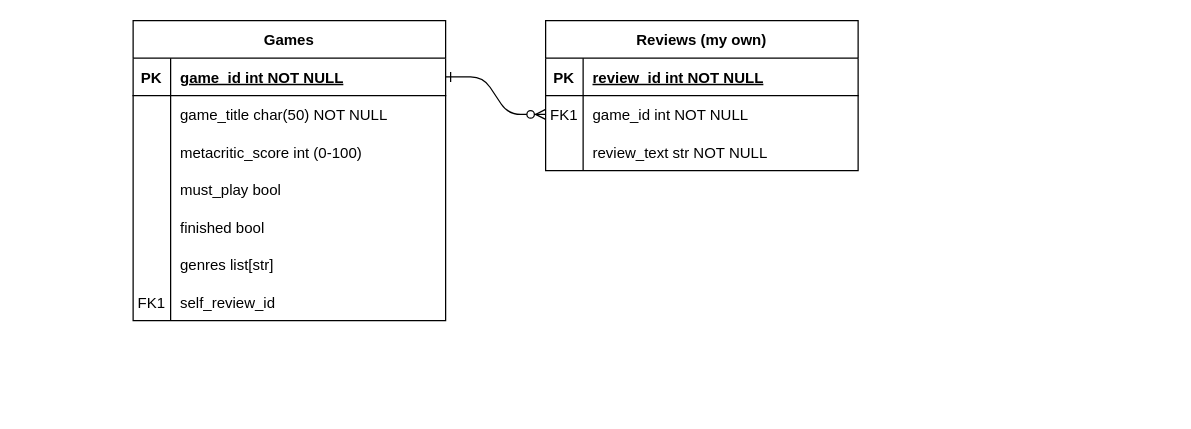
FernandesMF/game-sorter keeps this draw.io diagram as db_relations.drawio. Above is the earlier version. Source tidied: cells renumbered, new cells numbered last; positions are measured from the earlier drawing's top-left corner, leaving out a move shared by most shapes. Both pictures are drawn from the tidied source at 125%, with x=0, y=0 at pixel (132, 20).
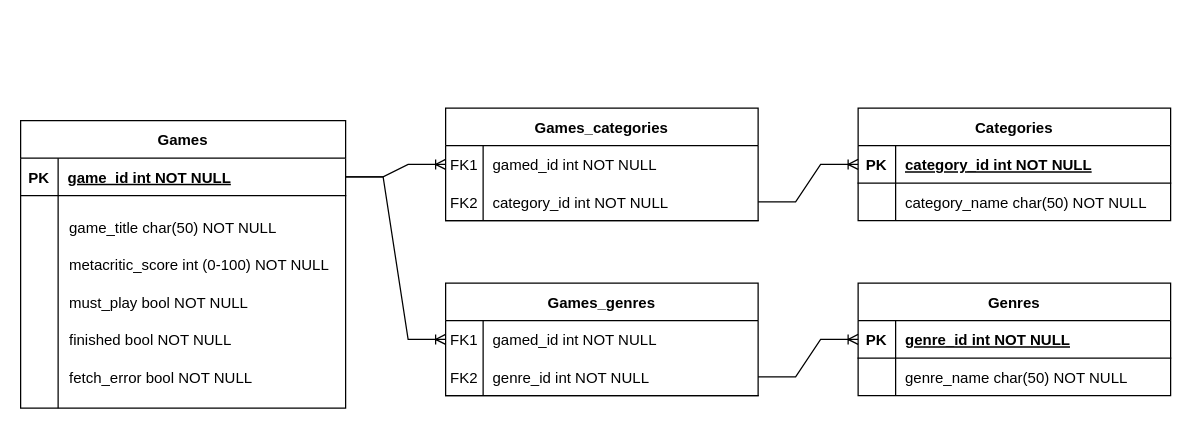
The same page after the edit.

What changed in the source:
```diff
@@
-    <mxCell id="2" style="edgeStyle=entityRelationEdgeStyle;endArrow=ERzeroToMany;startArrow=ERone;endFill=1;startFill=0;entryX=0;entryY=0.5;entryDx=0;entryDy=0;" parent="1" edge="1" source="14" target="7">
-      <mxGeometry relative="1" as="geometry" />
-    </mxCell>
-    <mxCell id="3" value="Reviews (my own)" style="shape=table;startSize=30;childLayout=tableLayout;rowLines=0;fontStyle=1;align=center;" parent="1" vertex="1">
-      <mxGeometry x="330" width="250" height="120" as="geometry" />
-    </mxCell>
-    <mxCell id="4" style="shape=partialRectangle;fillColor=none;top=0;left=0;right=0;bottom=1;" parent="3" vertex="1">
-      <mxGeometry y="30" width="250" height="30" as="geometry" />
-    </mxCell>
-    <mxCell id="5" value="PK" style="shape=partialRectangle;overflow=hidden;fillColor=none;top=0;left=0;bottom=0;right=0;fontStyle=1;" parent="4" vertex="1">
-      <mxGeometry width="30" height="30" as="geometry" />
-    </mxCell>
-    <mxCell id="6" value="review_id int NOT NULL " style="shape=partialRectangle;overflow=hidden;fillColor=none;top=0;left=0;bottom=0;right=0;align=left;spacingLeft=6;fontStyle=5;" parent="4" vertex="1">
-      <mxGeometry x="30" width="220" height="30" as="geometry" />
-    </mxCell>
-    <mxCell id="7" style="shape=partialRectangle;fillColor=none;points=[[0,0.5],[1,0.5]];portConstraint=eastwest;top=0;left=0;right=0;bottom=0;" parent="3" vertex="1">
-      <mxGeometry y="60" width="250" height="30" as="geometry" />
-    </mxCell>
-    <mxCell id="8" value="FK1" style="shape=partialRectangle;overflow=hidden;fillColor=none;top=0;left=0;bottom=0;right=0;" parent="7" vertex="1">
-      <mxGeometry width="30" height="30" as="geometry" />
-    </mxCell>
-    <mxCell id="9" value="game_id int NOT NULL" style="shape=partialRectangle;overflow=hidden;fillColor=none;top=0;left=0;bottom=0;right=0;align=left;spacingLeft=6;" parent="7" vertex="1">
-      <mxGeometry x="30" width="220" height="30" as="geometry" />
-    </mxCell>
-    <mxCell id="10" style="shape=partialRectangle;fillColor=none;top=0;left=0;right=0;bottom=0;" parent="3" vertex="1">
-      <mxGeometry y="90" width="250" height="30" as="geometry" />
-    </mxCell>
-    <mxCell id="11" style="shape=partialRectangle;overflow=hidden;fillColor=none;top=0;left=0;bottom=0;right=0;" parent="10" vertex="1">
-      <mxGeometry width="30" height="30" as="geometry" />
-    </mxCell>
-    <mxCell id="12" value="review_text str NOT NULL" style="shape=partialRectangle;overflow=hidden;fillColor=none;top=0;left=0;bottom=0;right=0;align=left;spacingLeft=6;" parent="10" vertex="1">
-      <mxGeometry x="30" width="220" height="30" as="geometry" />
-    </mxCell>
+    <mxCell id="28" style="group;" parent="1" vertex="1">
+      <mxGeometry x="-90" y="80" width="260" height="220" as="geometry" />
+    </mxCell>
-    <mxCell id="13" value="Games" style="shape=table;startSize=30;childLayout=tableLayout;rowLines=0;fontStyle=1;align=center;" parent="1" vertex="1">
-      <mxGeometry width="250" height="240" as="geometry" />
+    <mxCell id="13" value="Games" style="shape=table;startSize=30;childLayout=tableLayout;rowLines=0;fontStyle=1;align=center;" parent="28" vertex="1">
+      <mxGeometry width="260" height="230" as="geometry" />
     </mxCell>
     <mxCell id="14" style="shape=partialRectangle;fillColor=none;points=[[0,0.5],[1,0.5]];portConstraint=eastwest;top=0;left=0;right=0;bottom=1;" parent="13" vertex="1">
-      <mxGeometry y="30" width="250" height="30" as="geometry" />
+      <mxGeometry y="30" width="260" height="30" as="geometry" />
     </mxCell>
@@
     <mxCell id="16" value="game_id int NOT NULL " style="shape=partialRectangle;overflow=hidden;fillColor=none;top=0;left=0;bottom=0;right=0;align=left;spacingLeft=6;fontStyle=5;" parent="14" vertex="1">
-      <mxGeometry x="30" width="220" height="30" as="geometry" />
+      <mxGeometry x="30" width="230" height="30" as="geometry" />
     </mxCell>
     <mxCell id="17" style="shape=partialRectangle;fillColor=none;top=0;left=0;right=0;bottom=0;" parent="13" vertex="1">
-      <mxGeometry y="60" width="250" height="180" as="geometry" />
+      <mxGeometry y="60" width="260" height="170" as="geometry" />
     </mxCell>
     <mxCell id="18" style="shape=partialRectangle;overflow=hidden;fillColor=none;top=0;left=0;bottom=0;right=0;" parent="17" vertex="1">
-      <mxGeometry width="30" height="180" as="geometry" />
+      <mxGeometry width="30" height="170" as="geometry" />
     </mxCell>
     <mxCell id="19" style="shape=partialRectangle;overflow=hidden;fillColor=none;top=0;left=0;bottom=0;right=0;align=left;spacingLeft=6;" parent="17" vertex="1">
-      <mxGeometry x="30" width="220" height="180" as="geometry" />
+      <mxGeometry x="30" width="230" height="170" as="geometry" />
     </mxCell>
-    <mxCell id="20" style="shape=partialRectangle;overflow=hidden;fillColor=none;top=0;left=0;bottom=0;right=0;" parent="1" vertex="1">
-      <mxGeometry y="90" width="30" height="30" as="geometry" />
-    </mxCell>
-    <mxCell id="21" value="game_title char(50) NOT NULL" style="shape=partialRectangle;overflow=hidden;fillColor=none;top=0;left=0;bottom=0;right=0;align=left;spacingLeft=6;" parent="1" vertex="1">
-      <mxGeometry x="30" y="60" width="220" height="30" as="geometry" />
+    <mxCell id="21" value="game_title char(50) NOT NULL" style="shape=partialRectangle;overflow=hidden;fillColor=none;top=0;left=0;bottom=0;right=0;align=left;spacingLeft=6;" parent="28" vertex="1">
+      <mxGeometry x="31.2" y="70" width="228.8" height="30" as="geometry" />
     </mxCell>
+    <mxCell id="23" value="must_play bool NOT NULL" style="shape=partialRectangle;overflow=hidden;fillColor=none;top=0;left=0;bottom=0;right=0;align=left;spacingLeft=6;" parent="28" vertex="1">
+      <mxGeometry x="31.2" y="130" width="228.8" height="30" as="geometry" />
+    </mxCell>
-    <mxCell id="22" value="metacritic_score int (0-100)" style="shape=partialRectangle;overflow=hidden;fillColor=none;top=0;left=0;bottom=0;right=0;align=left;spacingLeft=6;" parent="1" vertex="1">
-      <mxGeometry x="30" y="90" width="220" height="30" as="geometry" />
+    <mxCell id="22" value="metacritic_score int (0-100) NOT NULL" style="shape=partialRectangle;overflow=hidden;fillColor=none;top=0;left=0;bottom=0;right=0;align=left;spacingLeft=6;" parent="28" vertex="1">
+      <mxGeometry x="31.2" y="100" width="228.8" height="30" as="geometry" />
     </mxCell>
-    <mxCell id="23" value="must_play bool" style="shape=partialRectangle;overflow=hidden;fillColor=none;top=0;left=0;bottom=0;right=0;align=left;spacingLeft=6;" parent="1" vertex="1">
-      <mxGeometry x="30" y="120" width="220" height="30" as="geometry" />
-    </mxCell>
-    <mxCell id="24" value="finished bool" style="shape=partialRectangle;overflow=hidden;fillColor=none;top=0;left=0;bottom=0;right=0;align=left;spacingLeft=6;" parent="1" vertex="1">
-      <mxGeometry x="30" y="150" width="220" height="30" as="geometry" />
+    <mxCell id="24" value="finished bool NOT NULL" style="shape=partialRectangle;overflow=hidden;fillColor=none;top=0;left=0;bottom=0;right=0;align=left;spacingLeft=6;" parent="28" vertex="1">
+      <mxGeometry x="31.2" y="160" width="228.8" height="30" as="geometry" />
     </mxCell>
-    <mxCell id="25" value="genres list[str]" style="shape=partialRectangle;overflow=hidden;fillColor=none;top=0;left=0;bottom=0;right=0;align=left;spacingLeft=6;" parent="1" vertex="1">
-      <mxGeometry x="30" y="180" width="220" height="30" as="geometry" />
-    </mxCell>
-    <mxCell id="26" value="self_review_id " style="shape=partialRectangle;overflow=hidden;fillColor=none;top=0;left=0;bottom=0;right=0;align=left;spacingLeft=6;" parent="1" vertex="1">
-      <mxGeometry x="30" y="210" width="220" height="30" as="geometry" />
-    </mxCell>
-    <mxCell id="27" value="FK1" style="shape=partialRectangle;overflow=hidden;fillColor=none;top=0;left=0;bottom=0;right=0;fontStyle=0;" parent="1" vertex="1">
-      <mxGeometry y="210" width="30" height="30" as="geometry" />
-    </mxCell>
+    <mxCell id="29" value="fetch_error bool NOT NULL" style="shape=partialRectangle;overflow=hidden;fillColor=none;top=0;left=0;bottom=0;right=0;align=left;spacingLeft=6;" parent="28" vertex="1">
+      <mxGeometry x="31.2" y="190" width="228.8" height="30" as="geometry" />
+    </mxCell>
+    <mxCell id="30" style="group;" parent="1" vertex="1">
+      <mxGeometry x="590" y="70" width="250" height="240" as="geometry" />
+    </mxCell>
+    <mxCell id="31" style="group;" parent="30" vertex="1">
+      <mxGeometry x="-10" width="250" height="110" as="geometry" />
+    </mxCell>
+    <mxCell id="32" value="Categories" style="shape=table;startSize=30;childLayout=tableLayout;rowLines=0;fontStyle=1;align=center;" parent="31" vertex="1">
+      <mxGeometry width="250" height="90" as="geometry" />
+    </mxCell>
+    <mxCell id="33" style="shape=partialRectangle;fillColor=none;points=[[0,0.5],[1,0.5]];portConstraint=eastwest;top=0;left=0;right=0;bottom=1;" parent="32" vertex="1">
+      <mxGeometry y="30" width="250" height="30" as="geometry" />
+    </mxCell>
+    <mxCell id="34" value="PK" style="shape=partialRectangle;overflow=hidden;fillColor=none;top=0;left=0;bottom=0;right=0;fontStyle=1;" parent="33" vertex="1">
+      <mxGeometry width="30" height="30" as="geometry" />
+    </mxCell>
+    <mxCell id="35" value="category_id int NOT NULL " style="shape=partialRectangle;overflow=hidden;fillColor=none;top=0;left=0;bottom=0;right=0;align=left;spacingLeft=6;fontStyle=5;" parent="33" vertex="1">
+      <mxGeometry x="30" width="220" height="30" as="geometry" />
+    </mxCell>
+    <mxCell id="36" style="shape=partialRectangle;fillColor=none;top=0;left=0;right=0;bottom=0;" parent="32" vertex="1">
+      <mxGeometry y="60" width="250" height="30" as="geometry" />
+    </mxCell>
+    <mxCell id="37" style="shape=partialRectangle;overflow=hidden;fillColor=none;top=0;left=0;bottom=0;right=0;" parent="36" vertex="1">
+      <mxGeometry width="30" height="30" as="geometry" />
+    </mxCell>
+    <mxCell id="38" style="shape=partialRectangle;overflow=hidden;fillColor=none;top=0;left=0;bottom=0;right=0;align=left;spacingLeft=6;" parent="36" vertex="1">
+      <mxGeometry x="30" width="220" height="30" as="geometry" />
+    </mxCell>
+    <mxCell id="39" style="shape=partialRectangle;overflow=hidden;fillColor=none;top=0;left=0;bottom=0;right=0;" parent="31" vertex="1">
+      <mxGeometry y="80" width="30" height="30" as="geometry" />
+    </mxCell>
+    <mxCell id="40" value="category_name char(50) NOT NULL" style="shape=partialRectangle;overflow=hidden;fillColor=none;top=0;left=0;bottom=0;right=0;align=left;spacingLeft=6;" parent="31" vertex="1">
+      <mxGeometry x="30" y="60" width="220" height="30" as="geometry" />
+    </mxCell>
+    <mxCell id="41" style="shape=partialRectangle;overflow=hidden;fillColor=none;top=0;left=0;bottom=0;right=0;" parent="1" vertex="1">
+      <mxGeometry x="600" y="160" width="30" height="30" as="geometry" />
+    </mxCell>
+    <mxCell id="42" style="group;" parent="1" vertex="1">
+      <mxGeometry x="250" y="210" width="250" height="90" as="geometry" />
+    </mxCell>
+    <mxCell id="43" value="Games_genres" style="shape=table;startSize=30;childLayout=tableLayout;rowLines=0;fontStyle=1;align=center;" parent="42" vertex="1">
+      <mxGeometry width="250" height="90" as="geometry" />
+    </mxCell>
+    <mxCell id="44" style="shape=partialRectangle;fillColor=none;top=0;left=0;right=0;bottom=1;" parent="43" vertex="1">
+      <mxGeometry y="30" width="250" height="60" as="geometry" />
+    </mxCell>
+    <mxCell id="45" style="shape=partialRectangle;overflow=hidden;fillColor=none;top=0;left=0;bottom=0;right=0;fontStyle=1;" parent="44" vertex="1">
+      <mxGeometry width="30" height="60" as="geometry" />
+    </mxCell>
+    <mxCell id="46" style="shape=partialRectangle;overflow=hidden;fillColor=none;top=0;left=0;bottom=0;right=0;align=left;spacingLeft=6;fontStyle=5;" parent="44" vertex="1">
+      <mxGeometry x="30" width="220" height="60" as="geometry" />
+    </mxCell>
+    <mxCell id="47" value="genre_id int NOT NULL" style="shape=partialRectangle;overflow=hidden;fillColor=none;top=0;left=0;bottom=0;right=0;align=left;spacingLeft=6;" parent="42" vertex="1">
+      <mxGeometry x="30" y="60" width="220" height="30" as="geometry" />
+    </mxCell>
+    <mxCell id="48" value="FK2" style="shape=partialRectangle;overflow=hidden;fillColor=none;top=0;left=0;bottom=0;right=0;fontStyle=0;" parent="42" vertex="1">
+      <mxGeometry y="60" width="30" height="30" as="geometry" />
+    </mxCell>
+    <mxCell id="49" value="gamed_id int NOT NULL" style="shape=partialRectangle;overflow=hidden;fillColor=none;top=0;left=0;bottom=0;right=0;align=left;spacingLeft=6;" parent="42" vertex="1">
+      <mxGeometry x="30" y="30" width="220" height="30" as="geometry" />
+    </mxCell>
+    <mxCell id="50" value="FK1" style="shape=partialRectangle;overflow=hidden;fillColor=none;top=0;left=0;bottom=0;right=0;fontStyle=0;" parent="42" vertex="1">
+      <mxGeometry y="30" width="30" height="30" as="geometry" />
+    </mxCell>
+    <mxCell id="51" style="group;" parent="1" vertex="1">
+      <mxGeometry x="580" y="210" width="250" height="90" as="geometry" />
+    </mxCell>
+    <mxCell id="52" value="Genres" style="shape=table;startSize=30;childLayout=tableLayout;rowLines=0;fontStyle=1;align=center;" parent="51" vertex="1">
+      <mxGeometry width="250" height="90" as="geometry" />
+    </mxCell>
+    <mxCell id="53" style="shape=partialRectangle;fillColor=none;points=[[0,0.5],[1,0.5]];portConstraint=eastwest;top=0;left=0;right=0;bottom=1;" parent="52" vertex="1">
+      <mxGeometry y="30" width="250" height="30" as="geometry" />
+    </mxCell>
+    <mxCell id="54" value="PK" style="shape=partialRectangle;overflow=hidden;fillColor=none;top=0;left=0;bottom=0;right=0;fontStyle=1;" parent="53" vertex="1">
+      <mxGeometry width="30" height="30" as="geometry" />
+    </mxCell>
+    <mxCell id="55" value="genre_id int NOT NULL " style="shape=partialRectangle;overflow=hidden;fillColor=none;top=0;left=0;bottom=0;right=0;align=left;spacingLeft=6;fontStyle=5;" parent="53" vertex="1">
+      <mxGeometry x="30" width="220" height="30" as="geometry" />
+    </mxCell>
+    <mxCell id="56" style="shape=partialRectangle;fillColor=none;top=0;left=0;right=0;bottom=0;" parent="52" vertex="1">
+      <mxGeometry y="60" width="250" height="30" as="geometry" />
+    </mxCell>
+    <mxCell id="57" style="shape=partialRectangle;overflow=hidden;fillColor=none;top=0;left=0;bottom=0;right=0;" parent="56" vertex="1">
+      <mxGeometry width="30" height="30" as="geometry" />
+    </mxCell>
+    <mxCell id="58" style="shape=partialRectangle;overflow=hidden;fillColor=none;top=0;left=0;bottom=0;right=0;align=left;spacingLeft=6;" parent="56" vertex="1">
+      <mxGeometry x="30" width="220" height="30" as="geometry" />
+    </mxCell>
+    <mxCell id="59" value="genre_name char(50) NOT NULL" style="shape=partialRectangle;overflow=hidden;fillColor=none;top=0;left=0;bottom=0;right=0;align=left;spacingLeft=6;" parent="51" vertex="1">
+      <mxGeometry x="30" y="60" width="220" height="30" as="geometry" />
+    </mxCell>
+    <mxCell id="60" style="edgeStyle=entityRelationEdgeStyle;fontSize=12;html=1;endArrow=ERoneToMany;rounded=0;exitX=1;exitY=0.5;exitDx=0;exitDy=0;entryX=0;entryY=0.5;entryDx=0;entryDy=0;" parent="1" edge="1" source="14" target="69">
+      <mxGeometry relative="1" as="geometry" />
+    </mxCell>
+    <mxCell id="61" style="group;" parent="1" vertex="1">
+      <mxGeometry x="250" y="70" width="250" height="90" as="geometry" />
+    </mxCell>
+    <mxCell id="62" value="Games_categories" style="shape=table;startSize=30;childLayout=tableLayout;rowLines=0;fontStyle=1;align=center;" parent="61" vertex="1">
+      <mxGeometry width="250" height="90" as="geometry" />
+    </mxCell>
+    <mxCell id="63" style="shape=partialRectangle;fillColor=none;top=0;left=0;right=0;bottom=1;" parent="62" vertex="1">
+      <mxGeometry y="30" width="250" height="60" as="geometry" />
+    </mxCell>
+    <mxCell id="64" style="shape=partialRectangle;overflow=hidden;fillColor=none;top=0;left=0;bottom=0;right=0;fontStyle=1;" parent="63" vertex="1">
+      <mxGeometry width="30" height="60" as="geometry" />
+    </mxCell>
+    <mxCell id="65" style="shape=partialRectangle;overflow=hidden;fillColor=none;top=0;left=0;bottom=0;right=0;align=left;spacingLeft=6;fontStyle=5;" parent="63" vertex="1">
+      <mxGeometry x="30" width="220" height="60" as="geometry" />
+    </mxCell>
+    <mxCell id="66" value="category_id int NOT NULL" style="shape=partialRectangle;overflow=hidden;fillColor=none;top=0;left=0;bottom=0;right=0;align=left;spacingLeft=6;" parent="61" vertex="1">
+      <mxGeometry x="30" y="60" width="220" height="30" as="geometry" />
+    </mxCell>
+    <mxCell id="67" value="FK2" style="shape=partialRectangle;overflow=hidden;fillColor=none;top=0;left=0;bottom=0;right=0;fontStyle=0;" parent="61" vertex="1">
+      <mxGeometry y="60" width="30" height="30" as="geometry" />
+    </mxCell>
+    <mxCell id="68" value="gamed_id int NOT NULL" style="shape=partialRectangle;overflow=hidden;fillColor=none;top=0;left=0;bottom=0;right=0;align=left;spacingLeft=6;" parent="61" vertex="1">
+      <mxGeometry x="30" y="30" width="220" height="30" as="geometry" />
+    </mxCell>
+    <mxCell id="69" value="FK1" style="shape=partialRectangle;overflow=hidden;fillColor=none;top=0;left=0;bottom=0;right=0;fontStyle=0;" parent="61" vertex="1">
+      <mxGeometry y="30" width="30" height="30" as="geometry" />
+    </mxCell>
+    <mxCell id="70" style="edgeStyle=entityRelationEdgeStyle;fontSize=12;html=1;endArrow=ERoneToMany;rounded=0;exitX=1;exitY=0.5;exitDx=0;exitDy=0;entryX=0;entryY=0.5;entryDx=0;entryDy=0;" parent="1" edge="1" source="66" target="33">
+      <mxGeometry relative="1" as="geometry" />
+    </mxCell>
+    <mxCell id="71" style="edgeStyle=entityRelationEdgeStyle;fontSize=12;html=1;endArrow=ERoneToMany;rounded=0;exitX=1;exitY=0.5;exitDx=0;exitDy=0;entryX=0;entryY=0.5;entryDx=0;entryDy=0;" parent="1" edge="1" source="14" target="50">
+      <mxGeometry relative="1" as="geometry" />
+    </mxCell>
+    <mxCell id="72" style="edgeStyle=entityRelationEdgeStyle;fontSize=12;html=1;endArrow=ERoneToMany;rounded=0;exitX=1;exitY=0.5;exitDx=0;exitDy=0;entryX=0;entryY=0.5;entryDx=0;entryDy=0;" parent="1" edge="1" source="47" target="53">
+      <mxGeometry relative="1" as="geometry" />
+    </mxCell>
```
